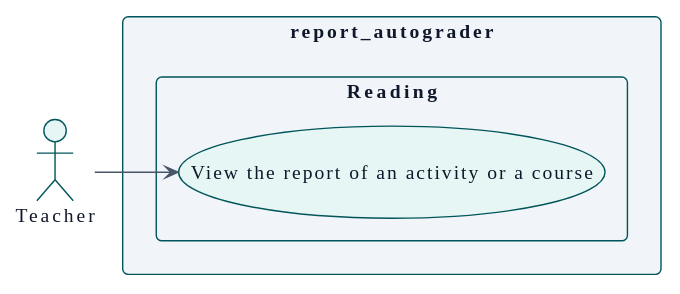
didactika/moodle-report_autograder keeps this PlantUML diagram as docs/en/technical/requirements/use-cases-teacher.svg. Above is the earlier version. Source of this version:
```plantuml
@startuml
!theme plain
skinparam backgroundColor #FFFFFF
skinparam defaultFontName IBM Plex Sans
skinparam defaultFontSize 14
skinparam defaultFontColor #0F172A
skinparam shadowing false
skinparam packageStyle rectangle
skinparam ArrowFontSize 12
skinparam ClassAttributeIconSize 0
skinparam roundCorner 8
skinparam ArrowColor #475569
skinparam ArrowFontColor #0F172A
skinparam NoteBackgroundColor #FDF3DC
skinparam NoteBorderColor #00555A
skinparam NoteFontColor #0F172A
skinparam class {
  BackgroundColor #E6F6F4
  BorderColor #00555A
  FontColor #0F172A
}
skinparam entity {
  BackgroundColor #E6F6F4
  BorderColor #00555A
  FontColor #0F172A
}
skinparam participant {
  BackgroundColor #E6F6F4
  BorderColor #00555A
  FontColor #0F172A
}
skinparam actor {
  BackgroundColor #E6F6F4
  BorderColor #00555A
  FontColor #0F172A
}
skinparam database {
  BackgroundColor #E6F6F4
  BorderColor #00555A
  FontColor #0F172A
}
skinparam component {
  BackgroundColor #E6F6F4
  BorderColor #00555A
  FontColor #0F172A
}
skinparam node {
  BackgroundColor #E6F6F4
  BorderColor #00555A
  FontColor #0F172A
}
skinparam usecase {
  BackgroundColor #E6F6F4
  BorderColor #00555A
  FontColor #0F172A
}
skinparam interface {
  BackgroundColor #E6F6F4
  BorderColor #00555A
  FontColor #0F172A
}
skinparam state {
  BackgroundColor #E6F6F4
  BorderColor #00555A
  FontColor #0F172A
  StartColor #475569
  EndColor #475569
  ArrowColor #475569
}
skinparam package {
  BackgroundColor #F1F5F9
  BorderColor #00555A
  FontColor #0F172A
}
skinparam sequence {
  LifeLineBorderColor #475569
  LifeLineBackgroundColor #E6F6F4
  ArrowColor #475569
  GroupBorderColor #00555A
  GroupBackgroundColor #F1F5F9
}
skinparam package<<level1>> {
  BackgroundColor #A7DDD5
  BorderColor #00555A
  FontColor #0F172A
}
skinparam package<<level2>> {
  BackgroundColor #C8EEE9
  BorderColor #00555A
  FontColor #0F172A
}
skinparam package<<level3>> {
  BackgroundColor #E6F6F4
  BorderColor #00555A
  FontColor #0F172A
}
skinparam package<<level4>> {
  BackgroundColor #F4FBFA
  BorderColor #00555A
  FontColor #0F172A
}
hide <<level1>> stereotype
hide <<level2>> stereotype
hide <<level3>> stereotype
hide <<level4>> stereotype
skinparam linetype polyline
left to right direction

actor "Teacher" as A_Teacher

rectangle "report_autograder" {
  package "Reading" {
    usecase "View the report of an activity or a course" as UC_viewReport
  }
}

A_Teacher --> UC_viewReport
@enduml
```
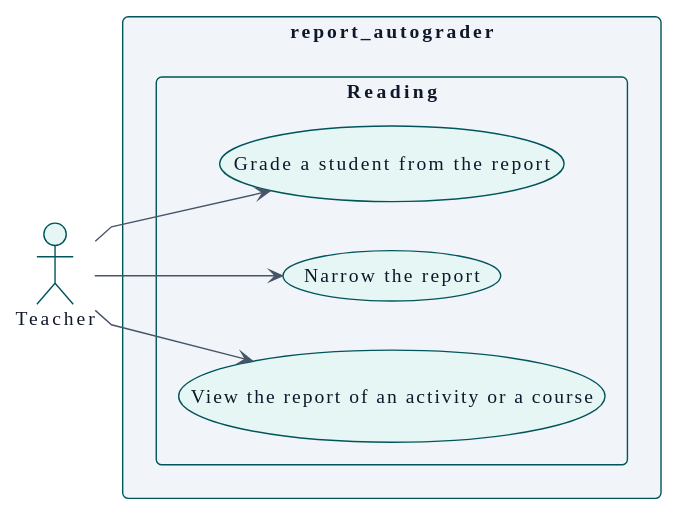
The same diagram one commit later.

What changed in the source:
```diff
@@ -111,8 +111,12 @@
 rectangle "report_autograder" {
   package "Reading" {
     usecase "View the report of an activity or a course" as UC_viewReport
+    usecase "Narrow the report" as UC_narrowReport
+    usecase "Grade a student from the report" as UC_gradeFromReport
   }
 }
 
 A_Teacher --> UC_viewReport
+A_Teacher --> UC_narrowReport
+A_Teacher --> UC_gradeFromReport
 @enduml
```
